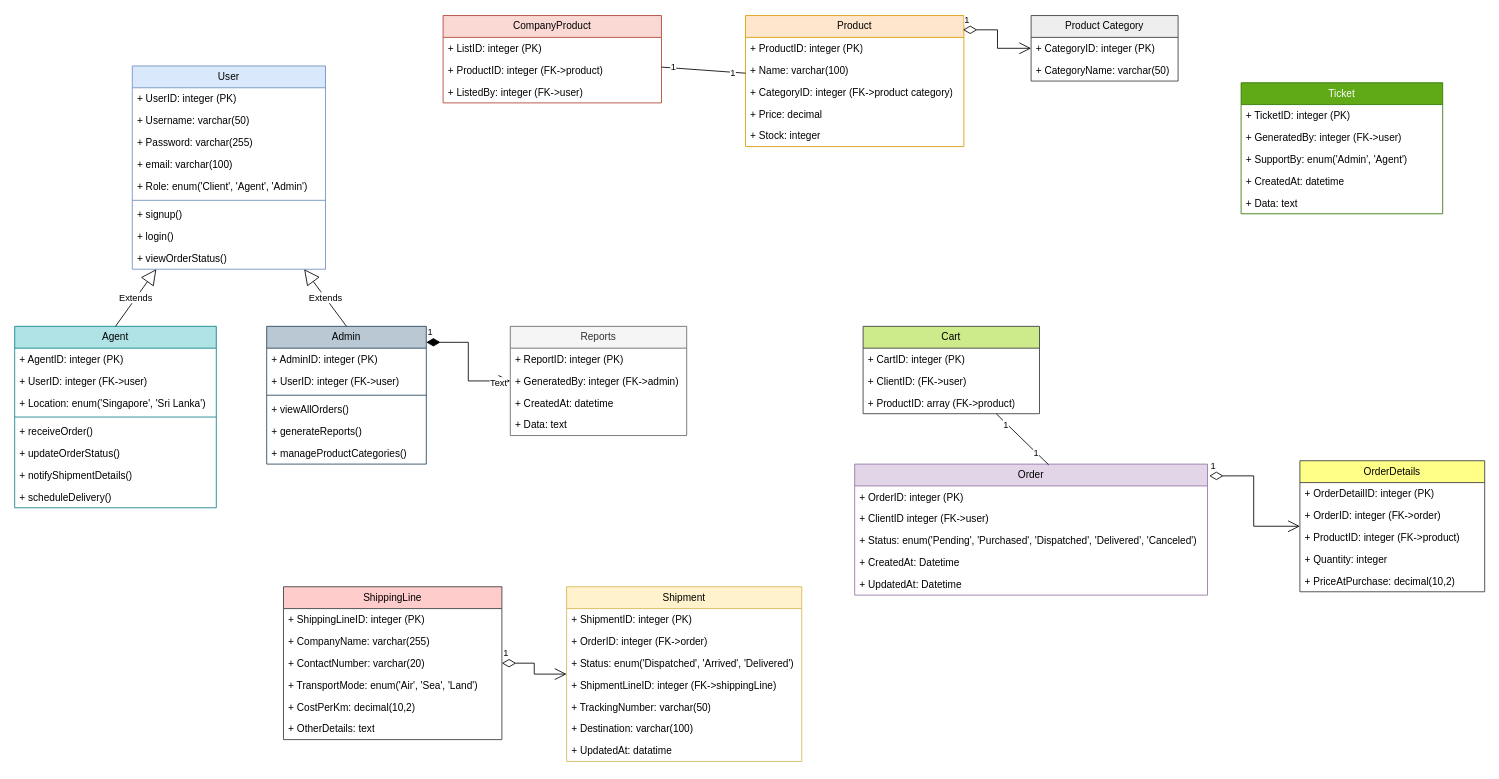
Above: diagrams/UML-class-diagram.drawio in K-M-Shehan/software-design-docs (draw.io), before the change. Source tidied: cells renumbered, new cells numbered last; positions are measured from the earlier drawing's top-left corner, leaving out a move shared by most shapes. Both pictures are drawn from the tidied source at 84%, with x=0, y=0 at pixel (14, 15).
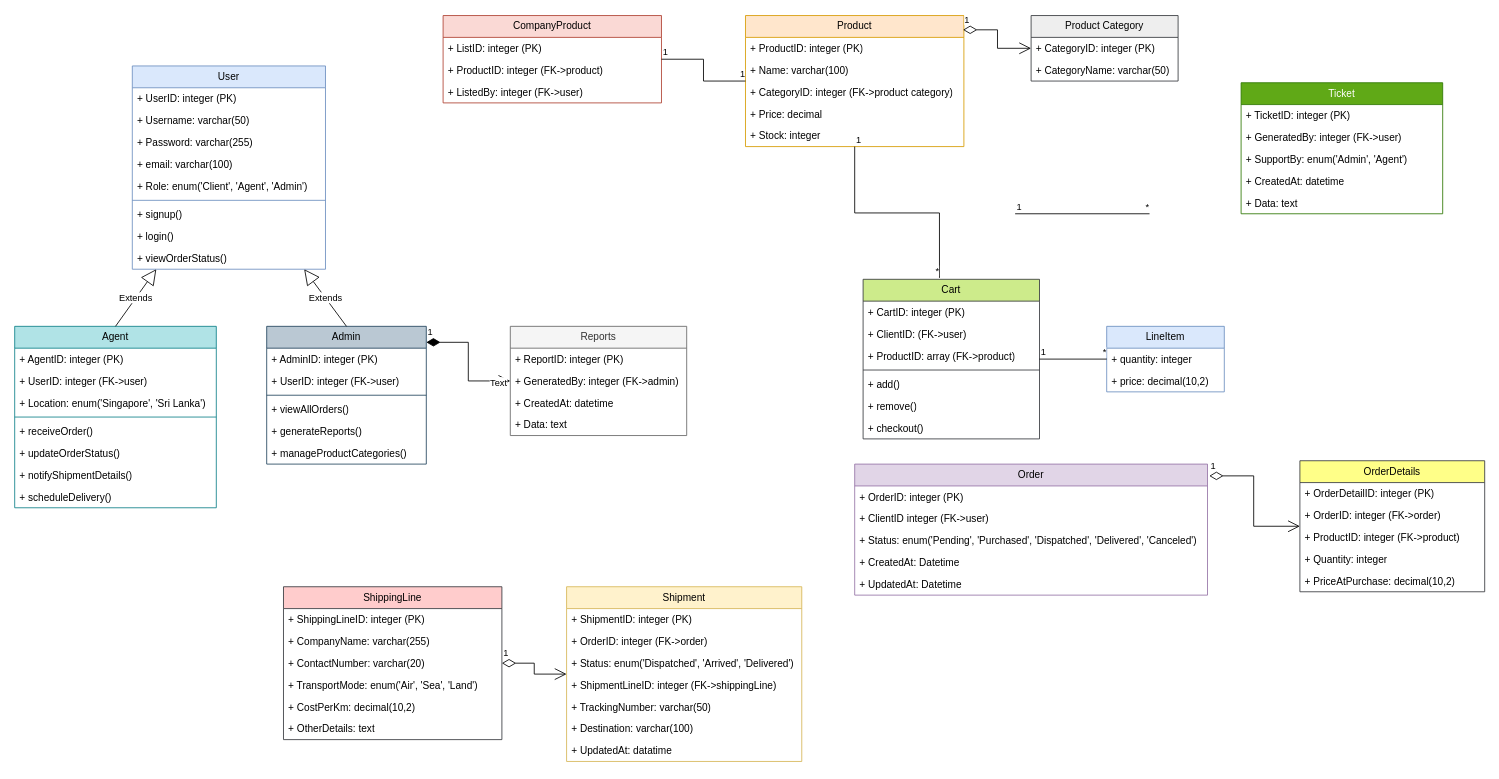
The same page after the edit.

Commit message:
created relationship between cart and product, made new relation(LineItem)

Unchanged cells that the change refers to:
```xml
<mxCell id="12" value="Order" style="swimlane;fontStyle=0;horizontal=1;startSize=26;fillColor=#e1d5e7;whiteSpace=wrap;html=1;strokeColor=#9673a6;" parent="1" vertex="1">
  <mxGeometry x="1000" y="534" width="420" height="156" as="geometry" />
</mxCell>
<mxCell id="18" value="Product" style="swimlane;fontStyle=0;horizontal=1;startSize=26;fillColor=#ffe6cc;whiteSpace=wrap;html=1;strokeColor=#d79b00;" parent="1" vertex="1">
  <mxGeometry x="870" width="260" height="156" as="geometry" />
</mxCell>
<mxCell id="56" value="CompanyProduct" style="swimlane;fontStyle=0;horizontal=1;startSize=26;fillColor=#fad9d5;whiteSpace=wrap;html=1;strokeColor=#ae4132;" parent="1" vertex="1">
  <mxGeometry x="510" width="260" height="104" as="geometry" />
</mxCell>
```

Change to the diagram source:
```diff
@@
     <mxCell id="60" value="Cart" style="swimlane;fontStyle=0;horizontal=1;startSize=26;fillColor=#cdeb8b;whiteSpace=wrap;html=1;strokeColor=#36393d;" parent="1" vertex="1">
-      <mxGeometry x="1010" y="370" width="210" height="104" as="geometry" />
+      <mxGeometry x="1010" y="314" width="210" height="190" as="geometry" />
     </mxCell>
@@
+    <mxCell id="96" style="line;strokeWidth=1;fillColor=none;align=left;verticalAlign=middle;spacingTop=-1;spacingLeft=3;spacingRight=3;labelPosition=right;strokeColor=inherit;" parent="60" vertex="1">
+      <mxGeometry y="104" width="210" height="8" as="geometry" />
+    </mxCell>
+    <mxCell id="97" value="+ add()" style="text;strokeColor=none;fillColor=none;align=left;verticalAlign=top;spacingLeft=4;spacingRight=4;overflow=hidden;whiteSpace=wrap;html=1;" parent="60" vertex="1">
+      <mxGeometry y="112" width="210" height="26" as="geometry" />
+    </mxCell>
+    <mxCell id="98" value="+ remove()" style="text;strokeColor=none;fillColor=none;align=left;verticalAlign=top;spacingLeft=4;spacingRight=4;overflow=hidden;whiteSpace=wrap;html=1;" parent="60" vertex="1">
+      <mxGeometry y="138" width="210" height="26" as="geometry" />
+    </mxCell>
+    <mxCell id="99" value="+ checkout()" style="text;strokeColor=none;fillColor=none;align=left;verticalAlign=top;spacingLeft=4;spacingRight=4;overflow=hidden;whiteSpace=wrap;html=1;" parent="60" vertex="1">
+      <mxGeometry y="164" width="210" height="26" as="geometry" />
+    </mxCell>
@@
-    <mxCell id="90" style="endArrow=none;html=1;rounded=0;entryX=0.55;entryY=0.006;entryDx=0;entryDy=0;entryPerimeter=0;" parent="1" edge="1" source="60" target="12">
-      <mxGeometry relative="1" as="geometry" />
-    </mxCell>
-    <mxCell id="91" value="1" style="edgeLabel;html=1;align=center;verticalAlign=middle;" parent="90" vertex="1">
-      <mxGeometry x="-0.62" y="-2" relative="1" as="geometry" />
-    </mxCell>
-    <mxCell id="92" value="1" style="edgeLabel;html=1;align=center;verticalAlign=middle;" parent="90" vertex="1">
-      <mxGeometry x="0.52" relative="1" as="geometry" />
-    </mxCell>
+    <mxCell id="100" value="LineItem" style="swimlane;fontStyle=0;horizontal=1;startSize=26;fillColor=#dae8fc;whiteSpace=wrap;html=1;strokeColor=#6c8ebf;" parent="1" vertex="1">
+      <mxGeometry x="1300" y="370" width="140" height="78" as="geometry" />
+    </mxCell>
+    <mxCell id="101" value="+ quantity: integer" style="text;strokeColor=none;fillColor=none;align=left;verticalAlign=top;spacingLeft=4;spacingRight=4;overflow=hidden;whiteSpace=wrap;html=1;" parent="100" vertex="1">
+      <mxGeometry y="26" width="140" height="26" as="geometry" />
+    </mxCell>
+    <mxCell id="102" value="+ price: decimal(10,2)" style="text;strokeColor=none;fillColor=none;align=left;verticalAlign=top;spacingLeft=4;spacingRight=4;overflow=hidden;whiteSpace=wrap;html=1;" parent="100" vertex="1">
+      <mxGeometry y="52" width="140" height="26" as="geometry" />
+    </mxCell>
+    <mxCell id="103" style="endArrow=none;html=1;edgeStyle=orthogonalEdgeStyle;rounded=0;" parent="1" edge="1" source="60" target="100">
+      <mxGeometry relative="1" as="geometry" />
+    </mxCell>
+    <mxCell id="104" value="1" style="edgeLabel;html=1;align=left;verticalAlign=bottom;" parent="103" vertex="1">
+      <mxGeometry x="-1" relative="1" as="geometry" />
+    </mxCell>
+    <mxCell id="105" value="*" style="edgeLabel;html=1;align=right;verticalAlign=bottom;" parent="103" vertex="1">
+      <mxGeometry x="1" relative="1" as="geometry" />
+    </mxCell>
+    <mxCell id="106" style="endArrow=none;html=1;edgeStyle=orthogonalEdgeStyle;rounded=0;" parent="1" edge="1">
+      <mxGeometry relative="1" as="geometry">
+        <mxPoint x="1191" y="236" as="sourcePoint" />
+        <mxPoint x="1351" y="236" as="targetPoint" />
+      </mxGeometry>
+    </mxCell>
+    <mxCell id="107" value="1" style="edgeLabel;html=1;align=left;verticalAlign=bottom;" parent="106" vertex="1">
+      <mxGeometry x="-1" relative="1" as="geometry" />
+    </mxCell>
+    <mxCell id="108" value="*" style="edgeLabel;html=1;align=right;verticalAlign=bottom;" parent="106" vertex="1">
+      <mxGeometry x="1" relative="1" as="geometry" />
+    </mxCell>
+    <mxCell id="109" style="endArrow=none;html=1;edgeStyle=orthogonalEdgeStyle;rounded=0;entryX=0.433;entryY=-0.009;entryDx=0;entryDy=0;entryPerimeter=0;" parent="1" edge="1" source="18" target="60">
+      <mxGeometry relative="1" as="geometry" />
+    </mxCell>
+    <mxCell id="110" value="1" style="edgeLabel;html=1;align=left;verticalAlign=bottom;" parent="109" vertex="1">
+      <mxGeometry x="-1" relative="1" as="geometry" />
+    </mxCell>
+    <mxCell id="111" value="*" style="edgeLabel;html=1;align=right;verticalAlign=bottom;" parent="109" vertex="1">
+      <mxGeometry x="1" relative="1" as="geometry" />
+    </mxCell>
-    <mxCell id="93" style="endArrow=none;html=1;rounded=0;" parent="1" edge="1" source="56" target="18">
+    <mxCell id="93" style="endArrow=none;html=1;edgeStyle=orthogonalEdgeStyle;rounded=0;" parent="1" edge="1" source="56" target="18">
       <mxGeometry relative="1" as="geometry" />
     </mxCell>
-    <mxCell id="94" value="1" style="edgeLabel;html=1;align=center;verticalAlign=middle;" parent="93" vertex="1">
-      <mxGeometry x="-0.74" y="2" relative="1" as="geometry" />
-    </mxCell>
-    <mxCell id="95" value="1" style="edgeLabel;html=1;align=center;verticalAlign=middle;" parent="93" vertex="1">
-      <mxGeometry x="0.7" relative="1" as="geometry" />
-    </mxCell>
+    <mxCell id="112" value="1" style="edgeLabel;html=1;align=left;verticalAlign=bottom;" parent="93" vertex="1">
+      <mxGeometry x="-1" relative="1" as="geometry" />
+    </mxCell>
+    <mxCell id="113" value="1" style="edgeLabel;html=1;align=right;verticalAlign=bottom;" parent="93" vertex="1">
+      <mxGeometry x="1" relative="1" as="geometry" />
+    </mxCell>
```
